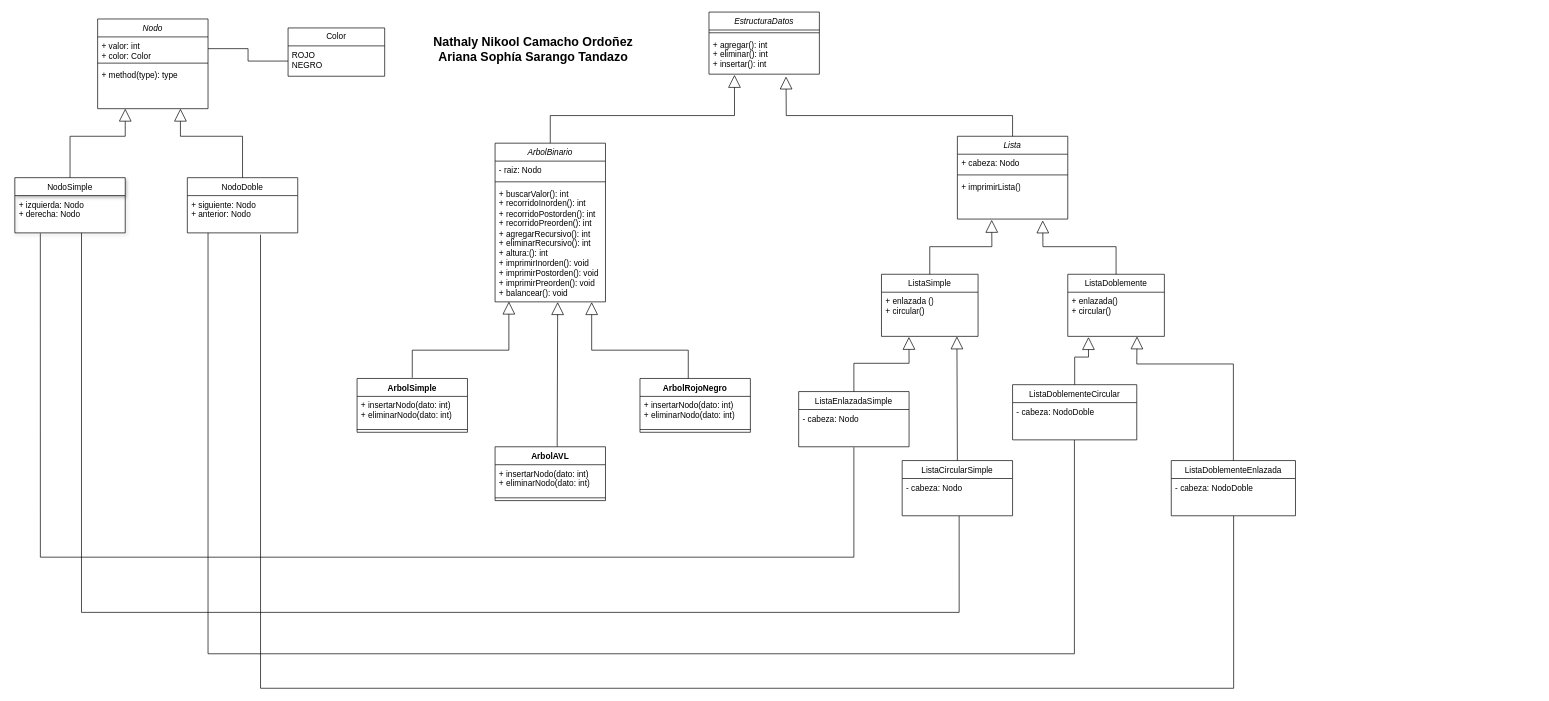
Above: ArbolBinario.drawio in ArianaSarango/ArbolBinario (draw.io), before the change. Source tidied: cells renumbered, new cells numbered last; positions are measured from the earlier drawing's top-left corner, leaving out a move shared by most shapes. Both pictures are drawn from the tidied source at 69%, with x=0, y=0 at pixel (14, 12).
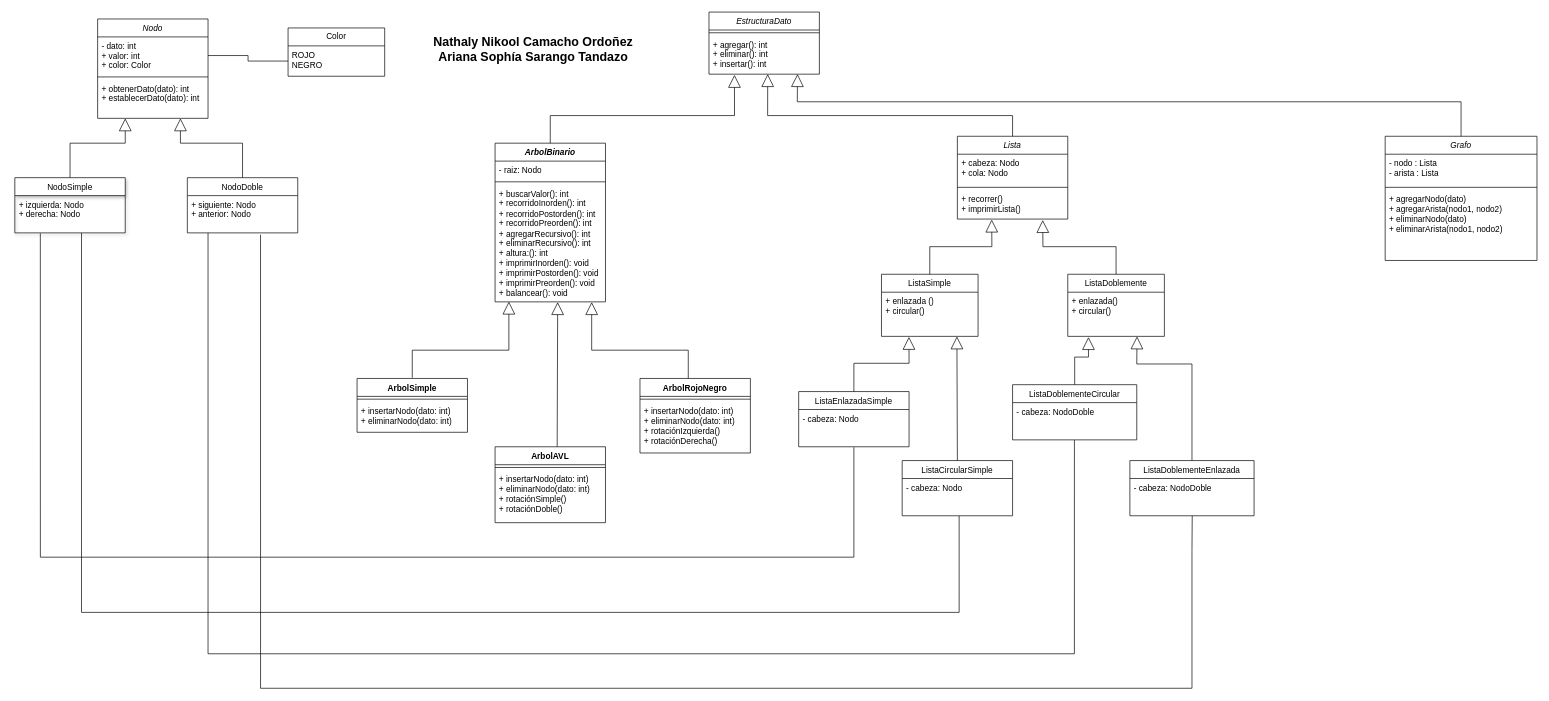
Above is the later version.

The change refers to these unchanged cells:
```xml
<mxCell id="4" value="+ agregar(): int&#10;+ eliminar(): int&#10;+ insertar(): int" style="text;align=left;verticalAlign=top;spacingLeft=4;spacingRight=4;overflow=hidden;points=[[0,0.5],[1,0.5]];portConstraint=eastwest;" parent="2" vertex="1">
  <mxGeometry y="34" width="160" height="56" as="geometry" />
</mxCell>
<mxCell id="5" value="NodoSimple" style="swimlane;fontStyle=0;align=center;verticalAlign=top;horizontal=1;startSize=26;rounded=0;shadow=1;strokeWidth=1;" parent="1" vertex="1">
  <mxGeometry y="240" width="160" height="80" as="geometry" />
</mxCell>
<mxCell id="7" value="NodoDoble" style="swimlane;fontStyle=0;align=center;verticalAlign=top;horizontal=1;startSize=26;rounded=0;shadow=0;strokeWidth=1;" parent="1" vertex="1">
  <mxGeometry x="250" y="240" width="160" height="80" as="geometry" />
</mxCell>
<mxCell id="8" value="+ siguiente: Nodo&#10;+ anterior: Nodo" style="text;align=left;verticalAlign=top;spacingLeft=4;spacingRight=4;overflow=hidden;points=[[0,0.5],[1,0.5]];portConstraint=eastwest;" parent="7" vertex="1">
  <mxGeometry y="26" width="160" height="54" as="geometry" />
</mxCell>
<mxCell id="12" value="- cabeza: NodoDoble" style="text;align=left;verticalAlign=top;spacingLeft=4;spacingRight=4;overflow=hidden;points=[[0,0.5],[1,0.5]];portConstraint=eastwest;" parent="11" vertex="1">
  <mxGeometry y="26" width="180" height="54" as="geometry" />
</mxCell>
<mxCell id="28" value="&lt;span style=&quot;font-weight: normal;&quot;&gt;&lt;i&gt;Lista&lt;/i&gt;&lt;/span&gt;" style="swimlane;fontStyle=1;align=center;verticalAlign=top;horizontal=1;startSize=26;whiteSpace=wrap;html=1;" parent="1" vertex="1">
  <mxGeometry x="1366" y="180" width="160" height="120" as="geometry" />
</mxCell>
<mxCell id="41" value="&lt;div&gt;+ enlazada() &lt;br&gt;&lt;/div&gt;&lt;div&gt;+ circular()&lt;br&gt;&lt;/div&gt;" style="text;strokeColor=none;fillColor=none;align=left;verticalAlign=top;spacingLeft=4;spacingRight=4;overflow=hidden;points=[[0,0.5],[1,0.5]];portConstraint=eastwest;whiteSpace=wrap;html=1;" parent="40" vertex="1">
  <mxGeometry y="26" width="140" height="64" as="geometry" />
</mxCell>
<mxCell id="44" value="ArbolSimple" style="swimlane;fontStyle=1;align=center;verticalAlign=top;horizontal=1;startSize=26;whiteSpace=wrap;html=1;" parent="1" vertex="1">
  <mxGeometry x="496" y="531" width="160" height="78" as="geometry" />
</mxCell>
```

Diff of the diagram source:
```diff
@@
-    <mxCell id="2" value="EstructuraDatos" style="swimlane;fontStyle=2;align=center;verticalAlign=top;horizontal=1;startSize=26;rounded=0;shadow=0;strokeWidth=1;" parent="1" vertex="1">
+    <mxCell id="2" value="EstructuraDato" style="swimlane;fontStyle=2;align=center;verticalAlign=top;horizontal=1;startSize=26;rounded=0;shadow=0;strokeWidth=1;" parent="1" vertex="1">
       <mxGeometry x="1006" width="160" height="90" as="geometry" />
     </mxCell>
@@
     <mxCell id="11" value="ListaDoblementeEnlazada" style="swimlane;fontStyle=0;align=center;verticalAlign=top;horizontal=1;startSize=26;rounded=0;shadow=0;strokeWidth=1;" parent="1" vertex="1">
-      <mxGeometry x="1676" y="650" width="180" height="80" as="geometry" />
+      <mxGeometry x="1616" y="650" width="180" height="80" as="geometry" />
     </mxCell>
@@
-    <mxCell id="17" value="&lt;span style=&quot;font-weight: normal;&quot;&gt;&lt;i&gt;ArbolBinario&lt;/i&gt;&lt;/span&gt;" style="swimlane;fontStyle=1;align=center;verticalAlign=top;horizontal=1;startSize=26;whiteSpace=wrap;html=1;" parent="1" vertex="1">
+    <mxCell id="17" value="&lt;i style=&quot;&quot;&gt;ArbolBinario&lt;/i&gt;" style="swimlane;fontStyle=1;align=center;verticalAlign=top;horizontal=1;startSize=26;whiteSpace=wrap;html=1;" parent="1" vertex="1">
       <mxGeometry x="696" y="190" width="160" height="230" as="geometry" />
     </mxCell>
@@
     <mxCell id="22" value="Nodo" style="swimlane;fontStyle=2;align=center;verticalAlign=top;horizontal=1;startSize=26;rounded=0;shadow=0;strokeWidth=1;" parent="1" vertex="1">
-      <mxGeometry x="120" y="10" width="160" height="130" as="geometry" />
+      <mxGeometry x="120" y="10" width="160" height="144" as="geometry" />
     </mxCell>
-    <mxCell id="23" value="+ valor: int&#10;+ color: Color" style="text;align=left;verticalAlign=top;spacingLeft=4;spacingRight=4;overflow=hidden;points=[[0,0.5],[1,0.5]];portConstraint=eastwest;" parent="22" vertex="1">
-      <mxGeometry y="26" width="160" height="34" as="geometry" />
+    <mxCell id="23" value="- dato: int &#10;+ valor: int&#10;+ color: Color" style="text;align=left;verticalAlign=top;spacingLeft=4;spacingRight=4;overflow=hidden;points=[[0,0.5],[1,0.5]];portConstraint=eastwest;" parent="22" vertex="1">
+      <mxGeometry y="26" width="160" height="54" as="geometry" />
     </mxCell>
     <mxCell id="24" style="line;strokeWidth=1;fillColor=none;align=left;verticalAlign=middle;spacingTop=-1;spacingLeft=3;spacingRight=3;labelPosition=right;strokeColor=inherit;" parent="22" vertex="1">
-      <mxGeometry y="60" width="160" height="8" as="geometry" />
+      <mxGeometry y="80" width="160" height="8" as="geometry" />
     </mxCell>
-    <mxCell id="25" value="+ method(type): type" style="text;align=left;verticalAlign=top;spacingLeft=4;spacingRight=4;overflow=hidden;" parent="22" vertex="1">
-      <mxGeometry y="68" width="160" height="56" as="geometry" />
+    <mxCell id="25" value="+ obtenerDato(dato): int&#10;+ establecerDato(dato): int" style="text;align=left;verticalAlign=top;spacingLeft=4;spacingRight=4;overflow=hidden;" parent="22" vertex="1">
+      <mxGeometry y="88" width="160" height="56" as="geometry" />
     </mxCell>
     <mxCell id="26" style="endArrow=block;endSize=16;endFill=0;html=1;rounded=0;entryX=0.25;entryY=1;entryDx=0;entryDy=0;exitX=0.5;exitY=0;exitDx=0;exitDy=0;" parent="1" edge="1" source="5" target="22">
       <mxGeometry relative="1" as="geometry">
         <Array as="points">
-          <mxPoint x="80" y="180" />
-          <mxPoint x="160" y="180" />
+          <mxPoint x="80" y="190" />
+          <mxPoint x="160" y="190" />
         </Array>
       </mxGeometry>
     </mxCell>
     <mxCell id="27" style="endArrow=block;endSize=16;endFill=0;html=1;rounded=0;entryX=0.75;entryY=1;entryDx=0;entryDy=0;exitX=0.5;exitY=0;exitDx=0;exitDy=0;" parent="1" edge="1" source="7" target="22">
       <mxGeometry relative="1" as="geometry">
         <Array as="points">
-          <mxPoint x="330" y="180" />
-          <mxPoint x="240" y="180" />
+          <mxPoint x="330" y="190" />
+          <mxPoint x="240" y="190" />
         </Array>
       </mxGeometry>
     </mxCell>
@@
-    <mxCell id="29" value="+ cabeza: Nodo" style="text;strokeColor=none;fillColor=none;align=left;verticalAlign=top;spacingLeft=4;spacingRight=4;overflow=hidden;whiteSpace=wrap;html=1;" parent="28" vertex="1">
-      <mxGeometry y="26" width="160" height="26" as="geometry" />
+    <mxCell id="29" value="+ cabeza: Nodo&lt;div&gt;+ cola: Nodo&lt;/div&gt;" style="text;strokeColor=none;fillColor=none;align=left;verticalAlign=top;spacingLeft=4;spacingRight=4;overflow=hidden;whiteSpace=wrap;html=1;" parent="28" vertex="1">
+      <mxGeometry y="26" width="160" height="44" as="geometry" />
     </mxCell>
     <mxCell id="30" style="line;strokeWidth=1;fillColor=none;align=left;verticalAlign=middle;spacingTop=-1;spacingLeft=3;spacingRight=3;labelPosition=right;strokeColor=inherit;" parent="28" vertex="1">
-      <mxGeometry y="52" width="160" height="8" as="geometry" />
+      <mxGeometry y="70" width="160" height="8" as="geometry" />
     </mxCell>
-    <mxCell id="31" value="+ imprimirLista()" style="text;strokeColor=none;fillColor=none;align=left;verticalAlign=top;spacingLeft=4;spacingRight=4;overflow=hidden;points=[[0,0.5],[1,0.5]];portConstraint=eastwest;whiteSpace=wrap;html=1;" parent="28" vertex="1">
-      <mxGeometry y="60" width="160" height="60" as="geometry" />
+    <mxCell id="31" value="&lt;div&gt;+ recorrer()&lt;/div&gt;+ imprimirLista()&lt;div&gt;&lt;br&gt;&lt;/div&gt;" style="text;strokeColor=none;fillColor=none;align=left;verticalAlign=top;spacingLeft=4;spacingRight=4;overflow=hidden;points=[[0,0.5],[1,0.5]];portConstraint=eastwest;whiteSpace=wrap;html=1;" parent="28" vertex="1">
+      <mxGeometry y="78" width="160" height="42" as="geometry" />
     </mxCell>
-    <mxCell id="32" style="endArrow=block;endSize=16;endFill=0;html=1;rounded=0;exitX=0.5;exitY=0;exitDx=0;exitDy=0;entryX=0.698;entryY=1.061;entryDx=0;entryDy=0;entryPerimeter=0;" parent="1" edge="1" source="28" target="4">
+    <mxCell id="32" style="endArrow=block;endSize=16;endFill=0;html=1;rounded=0;exitX=0.5;exitY=0;exitDx=0;exitDy=0;entryX=0.532;entryY=0.998;entryDx=0;entryDy=0;entryPerimeter=0;" parent="1" edge="1" source="28" target="4">
       <mxGeometry relative="1" as="geometry">
         <Array as="points">
           <mxPoint x="1446" y="150" />
-          <mxPoint x="1118" y="150" />
+          <mxPoint x="1091" y="150" />
         </Array>
       </mxGeometry>
     </mxCell>
@@
+    <mxCell id="46" style="line;strokeWidth=1;fillColor=none;align=left;verticalAlign=middle;spacingTop=-1;spacingLeft=3;spacingRight=3;labelPosition=right;strokeColor=inherit;" parent="44" vertex="1">
+      <mxGeometry y="26" width="160" height="8" as="geometry" />
+    </mxCell>
     <mxCell id="45" value="&lt;div&gt;+ insertarNodo(dato: int)&lt;/div&gt;&lt;div&gt;+ eliminarNodo(dato: int)&lt;br&gt;&lt;/div&gt;" style="text;strokeColor=none;fillColor=none;align=left;verticalAlign=top;spacingLeft=4;spacingRight=4;overflow=hidden;whiteSpace=wrap;html=1;" parent="44" vertex="1">
-      <mxGeometry y="26" width="160" height="44" as="geometry" />
+      <mxGeometry y="34" width="160" height="44" as="geometry" />
     </mxCell>
-    <mxCell id="46" style="line;strokeWidth=1;fillColor=none;align=left;verticalAlign=middle;spacingTop=-1;spacingLeft=3;spacingRight=3;labelPosition=right;strokeColor=inherit;" parent="44" vertex="1">
-      <mxGeometry y="70" width="160" height="8" as="geometry" />
-    </mxCell>
     <mxCell id="47" value="ArbolAVL" style="swimlane;fontStyle=1;align=center;verticalAlign=top;horizontal=1;startSize=26;whiteSpace=wrap;html=1;" parent="1" vertex="1">
-      <mxGeometry x="696" y="630" width="160" height="78" as="geometry" />
+      <mxGeometry x="696" y="630" width="160" height="110" as="geometry" />
     </mxCell>
-    <mxCell id="48" value="&lt;div&gt;+ insertarNodo(dato: int)&lt;/div&gt;&lt;div&gt;+ eliminarNodo(dato: int)&lt;br&gt;&lt;/div&gt;" style="text;strokeColor=none;fillColor=none;align=left;verticalAlign=top;spacingLeft=4;spacingRight=4;overflow=hidden;whiteSpace=wrap;html=1;" parent="47" vertex="1">
-      <mxGeometry y="26" width="160" height="44" as="geometry" />
-    </mxCell>
     <mxCell id="49" style="line;strokeWidth=1;fillColor=none;align=left;verticalAlign=middle;spacingTop=-1;spacingLeft=3;spacingRight=3;labelPosition=right;strokeColor=inherit;" parent="47" vertex="1">
-      <mxGeometry y="70" width="160" height="8" as="geometry" />
+      <mxGeometry y="26" width="160" height="8" as="geometry" />
     </mxCell>
+    <mxCell id="63" value="&lt;div&gt;+ insertarNodo(dato: int)&lt;/div&gt;&lt;div&gt;+ eliminarNodo(dato: int)&lt;br&gt;&lt;/div&gt;&lt;div&gt;+ rotaciónSimple()&lt;/div&gt;&lt;div&gt;+ rotaciónDoble()&lt;/div&gt;" style="text;strokeColor=none;fillColor=none;align=left;verticalAlign=top;spacingLeft=4;spacingRight=4;overflow=hidden;whiteSpace=wrap;html=1;" parent="47" vertex="1">
+      <mxGeometry y="34" width="160" height="76" as="geometry" />
+    </mxCell>
     <mxCell id="50" value="ArbolRojoNegro" style="swimlane;fontStyle=1;align=center;verticalAlign=top;horizontal=1;startSize=26;whiteSpace=wrap;html=1;" parent="1" vertex="1">
-      <mxGeometry x="906" y="531" width="160" height="78" as="geometry" />
+      <mxGeometry x="906" y="531" width="160" height="108" as="geometry" />
     </mxCell>
+    <mxCell id="52" style="line;strokeWidth=1;fillColor=none;align=left;verticalAlign=middle;spacingTop=-1;spacingLeft=3;spacingRight=3;labelPosition=right;strokeColor=inherit;" parent="50" vertex="1">
+      <mxGeometry y="26" width="160" height="8" as="geometry" />
+    </mxCell>
-    <mxCell id="51" value="&lt;div&gt;+ insertarNodo(dato: int)&lt;/div&gt;&lt;div&gt;+ eliminarNodo(dato: int)&lt;br&gt;&lt;/div&gt;" style="text;strokeColor=none;fillColor=none;align=left;verticalAlign=top;spacingLeft=4;spacingRight=4;overflow=hidden;whiteSpace=wrap;html=1;" parent="50" vertex="1">
-      <mxGeometry y="26" width="160" height="44" as="geometry" />
+    <mxCell id="51" value="&lt;div&gt;+ insertarNodo(dato: int)&lt;/div&gt;&lt;div&gt;+ eliminarNodo(dato: int)&lt;br&gt;&lt;/div&gt;&lt;div&gt;&lt;div&gt;+ rotaciónIzquierda()&lt;/div&gt;&lt;div&gt;+ rotaciónDerecha()&lt;/div&gt;&lt;/div&gt;" style="text;strokeColor=none;fillColor=none;align=left;verticalAlign=top;spacingLeft=4;spacingRight=4;overflow=hidden;whiteSpace=wrap;html=1;" parent="50" vertex="1">
+      <mxGeometry y="34" width="160" height="74" as="geometry" />
     </mxCell>
-    <mxCell id="52" style="line;strokeWidth=1;fillColor=none;align=left;verticalAlign=middle;spacingTop=-1;spacingLeft=3;spacingRight=3;labelPosition=right;strokeColor=inherit;" parent="50" vertex="1">
-      <mxGeometry y="70" width="160" height="8" as="geometry" />
-    </mxCell>
@@
     <mxCell id="56" style="endArrow=block;endSize=16;endFill=0;html=1;rounded=0;exitX=0.5;exitY=0;exitDx=0;exitDy=0;entryX=0.717;entryY=1.001;entryDx=0;entryDy=0;entryPerimeter=0;" parent="1" edge="1" source="11" target="41">
       <mxGeometry relative="1" as="geometry">
         <Array as="points">
-          <mxPoint x="1766" y="510" />
+          <mxPoint x="1706" y="510" />
           <mxPoint x="1626" y="510" />
         </Array>
       </mxGeometry>
     </mxCell>
@@
     <mxCell id="61" style="endArrow=none;html=1;edgeStyle=orthogonalEdgeStyle;rounded=0;exitX=0.663;exitY=1.048;exitDx=0;exitDy=0;exitPerimeter=0;entryX=0.502;entryY=1.005;entryDx=0;entryDy=0;entryPerimeter=0;" parent="1" edge="1" source="8" target="12">
       <mxGeometry relative="1" as="geometry">
         <Array as="points">
           <mxPoint x="356" y="980" />
-          <mxPoint x="1766" y="980" />
+          <mxPoint x="1706" y="980" />
+          <mxPoint x="1706" y="780" />
         </Array>
       </mxGeometry>
     </mxCell>
@@
+    <mxCell id="64" value="&lt;span style=&quot;font-weight: normal;&quot;&gt;&lt;i&gt;Grafo&lt;/i&gt;&lt;/span&gt;" style="swimlane;fontStyle=1;align=center;verticalAlign=top;horizontal=1;startSize=26;whiteSpace=wrap;html=1;" parent="1" vertex="1">
+      <mxGeometry x="1986" y="180" width="220" height="180" as="geometry" />
+    </mxCell>
+    <mxCell id="65" value="- nodo : Lista&lt;div&gt;- arista : Lista&lt;/div&gt;" style="text;strokeColor=none;fillColor=none;align=left;verticalAlign=top;spacingLeft=4;spacingRight=4;overflow=hidden;whiteSpace=wrap;html=1;" parent="64" vertex="1">
+      <mxGeometry y="26" width="220" height="44" as="geometry" />
+    </mxCell>
+    <mxCell id="66" style="line;strokeWidth=1;fillColor=none;align=left;verticalAlign=middle;spacingTop=-1;spacingLeft=3;spacingRight=3;labelPosition=right;strokeColor=inherit;" parent="64" vertex="1">
+      <mxGeometry y="70" width="220" height="8" as="geometry" />
+    </mxCell>
+    <mxCell id="67" value="+ agregarNodo(dato)&lt;div&gt;+ agregarArista(nodo1, nodo2)&lt;/div&gt;&lt;div&gt;+ eliminarNodo(dato)&lt;/div&gt;&lt;div&gt;+ eliminarArista(nodo1, nodo2)&lt;/div&gt;" style="text;strokeColor=none;fillColor=none;align=left;verticalAlign=top;spacingLeft=4;spacingRight=4;overflow=hidden;whiteSpace=wrap;html=1;" parent="64" vertex="1">
+      <mxGeometry y="78" width="220" height="102" as="geometry" />
+    </mxCell>
+    <mxCell id="68" style="endArrow=block;endSize=16;endFill=0;html=1;rounded=0;exitX=0.5;exitY=0;exitDx=0;exitDy=0;entryX=0.802;entryY=0.998;entryDx=0;entryDy=0;entryPerimeter=0;" parent="1" edge="1" source="64" target="4">
+      <mxGeometry relative="1" as="geometry">
+        <Array as="points">
+          <mxPoint x="2096" y="130" />
+          <mxPoint x="1134" y="130" />
+        </Array>
+      </mxGeometry>
+    </mxCell>
```
